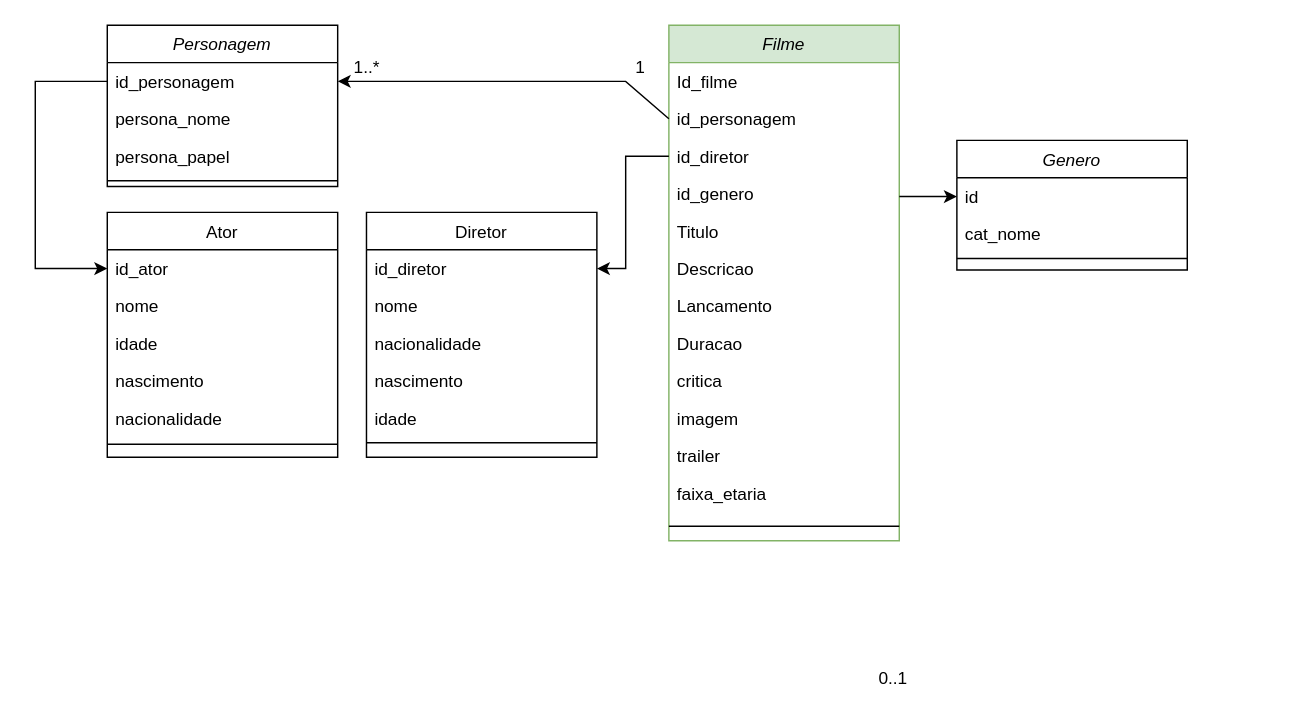
LucasPeresFaria/CatalogoFilmes keeps this draw.io diagram as Untitled Diagram.drawio. Above is the earlier version. Source tidied: cells renumbered, new cells numbered last; positions are measured from the earlier drawing's top-left corner, leaving out a move shared by most shapes. Both pictures are drawn from the tidied source at 144%, with x=0, y=0 at pixel (35, 24).
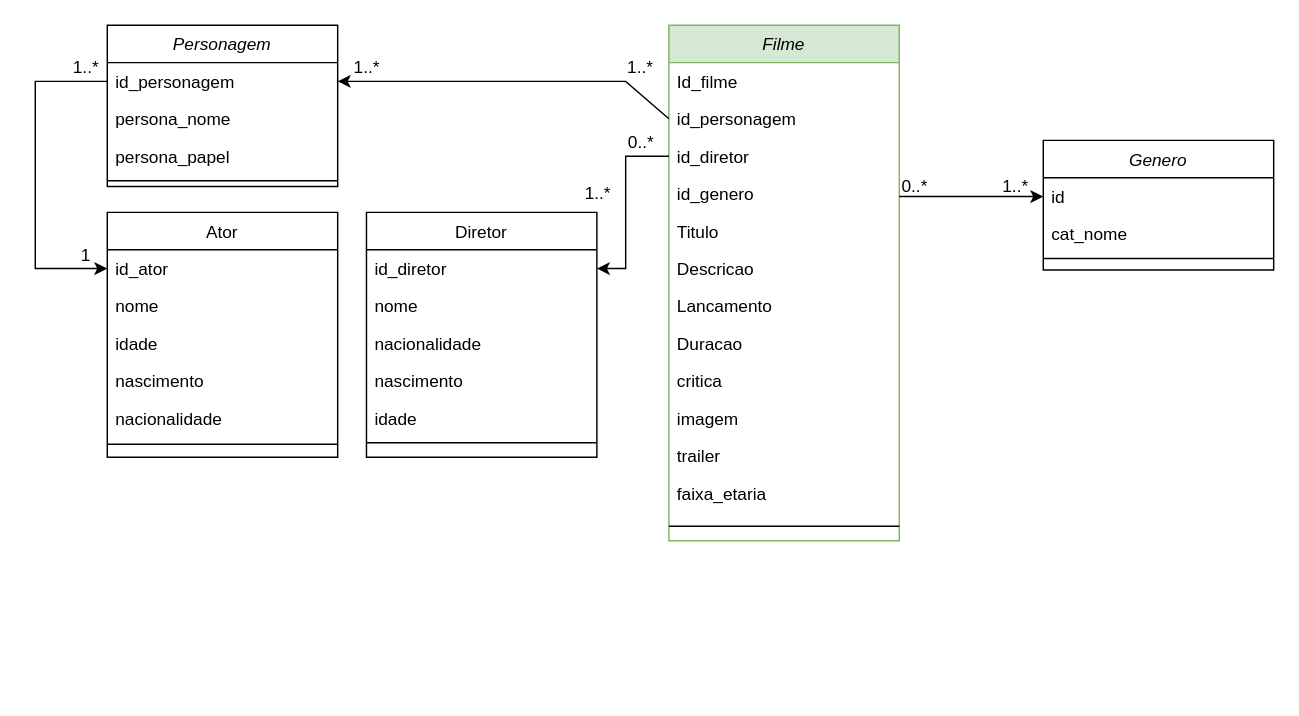
After the change.

Unchanged cells that the change refers to:
```xml
<mxCell id="4" value="id_personagem" style="text;align=left;verticalAlign=top;spacingLeft=4;spacingRight=4;overflow=hidden;points=[[0,0.5],[1,0.5]];portConstraint=eastwest;rounded=0;shadow=0;html=0;" parent="2" vertex="1">
  <mxGeometry y="52" width="160" height="26" as="geometry" />
</mxCell>
<mxCell id="17" value="id_personagem" style="text;align=left;verticalAlign=top;spacingLeft=4;spacingRight=4;overflow=hidden;points=[[0,0.5],[1,0.5]];portConstraint=eastwest;" parent="16" vertex="1">
  <mxGeometry y="26" width="160" height="26" as="geometry" />
</mxCell>
```

The edit, as a diff of the source:
```diff
@@
-    <mxCell id="21" value="0..1" style="align=left;verticalAlign=bottom;labelBackgroundColor=none;fontSize=12;" parent="1" vertex="1">
-      <mxGeometry x="584" y="462" as="geometry" />
+    <mxCell id="21" value="1..*" style="align=left;verticalAlign=bottom;labelBackgroundColor=none;fontSize=12;" parent="1" vertex="1">
+      <mxGeometry x="380" y="125" as="geometry" />
     </mxCell>
@@
+    <mxCell id="43" style="edgeStyle=none;rounded=0;jettySize=auto;html=1;exitX=0;exitY=0.5;exitDx=0;exitDy=0;entryX=1;entryY=0.5;entryDx=0;entryDy=0;" parent="1" edge="1" source="4" target="17">
+      <mxGeometry relative="1" as="geometry">
+        <Array as="points">
+          <mxPoint x="410" y="39" />
+          <mxPoint x="380" y="39" />
+          <mxPoint x="320" y="39" />
+        </Array>
+      </mxGeometry>
+    </mxCell>
+    <mxCell id="44" value="1..*" style="text;html=1;align=center;verticalAlign=middle;fillColor=none;strokeColor=none;rounded=0;shadow=0;" parent="1" vertex="1">
+      <mxGeometry x="405" y="20" width="30" height="20" as="geometry" />
+    </mxCell>
+    <mxCell id="45" value="1..*" style="text;html=1;align=center;verticalAlign=middle;fillColor=none;strokeColor=none;rounded=0;shadow=0;" parent="1" vertex="1">
+      <mxGeometry x="215" y="20" width="30" height="20" as="geometry" />
+    </mxCell>
     <mxCell id="39" value="Genero" style="swimlane;fontStyle=2;align=center;verticalAlign=top;horizontal=1;startSize=26;rounded=0;shadow=0;strokeWidth=1;" parent="1" vertex="1">
-      <mxGeometry x="640" y="80" width="160" height="90" as="geometry" />
+      <mxGeometry x="700" y="80" width="160" height="90" as="geometry" />
     </mxCell>
@@
-    <mxCell id="43" style="edgeStyle=none;rounded=0;jettySize=auto;html=1;exitX=0;exitY=0.5;exitDx=0;exitDy=0;entryX=1;entryY=0.5;entryDx=0;entryDy=0;" parent="1" edge="1" source="4" target="17">
-      <mxGeometry relative="1" as="geometry">
-        <Array as="points">
-          <mxPoint x="410" y="39" />
-          <mxPoint x="380" y="39" />
-          <mxPoint x="320" y="39" />
-        </Array>
-      </mxGeometry>
-    </mxCell>
-    <mxCell id="44" value="1" style="text;html=1;align=center;verticalAlign=middle;fillColor=none;strokeColor=none;rounded=0;shadow=0;" parent="1" vertex="1">
-      <mxGeometry x="410" y="20" width="20" height="20" as="geometry" />
-    </mxCell>
-    <mxCell id="45" value="1..*" style="text;html=1;align=center;verticalAlign=middle;fillColor=none;strokeColor=none;rounded=0;shadow=0;" parent="1" vertex="1">
-      <mxGeometry x="215" y="20" width="30" height="20" as="geometry" />
-    </mxCell>
+    <mxCell id="46" value="0..*" style="align=left;verticalAlign=bottom;labelBackgroundColor=none;fontSize=12;" parent="1" vertex="1">
+      <mxGeometry x="410" y="90" as="geometry" />
+    </mxCell>
+    <mxCell id="47" value="0..*" style="align=left;verticalAlign=bottom;labelBackgroundColor=none;fontSize=12;" parent="1" vertex="1">
+      <mxGeometry x="600" y="120" as="geometry" />
+    </mxCell>
+    <mxCell id="48" value="1..*" style="align=left;verticalAlign=bottom;labelBackgroundColor=none;fontSize=12;" parent="1" vertex="1">
+      <mxGeometry x="670" y="120" as="geometry" />
+    </mxCell>
+    <mxCell id="49" value="1..*" style="text;html=1;align=center;verticalAlign=middle;fillColor=none;strokeColor=none;rounded=0;shadow=0;" parent="1" vertex="1">
+      <mxGeometry x="20" y="20" width="30" height="20" as="geometry" />
+    </mxCell>
+    <mxCell id="50" value="1" style="text;html=1;align=center;verticalAlign=middle;fillColor=none;strokeColor=none;rounded=0;shadow=0;" parent="1" vertex="1">
+      <mxGeometry x="25" y="150" width="20" height="20" as="geometry" />
+    </mxCell>
```
